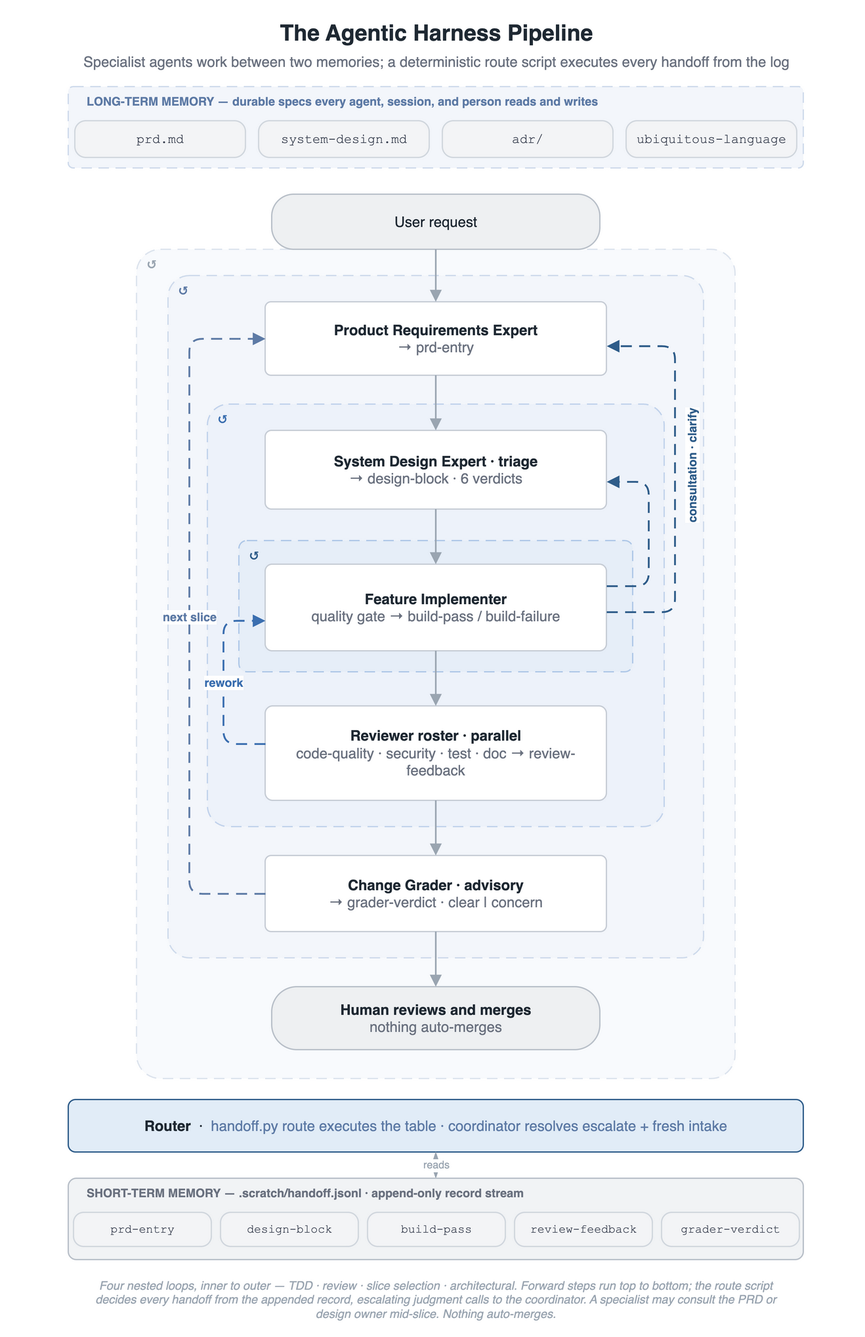
This is docs/images/pipeline-flow.drawio.png from woditschka/agentic-coding-reference, a draw.io export, as it was before one commit. Source tidied: cells renumbered, new cells last; positions are measured from the earlier drawing's top-left corner, leaving out a move shared by most shapes.
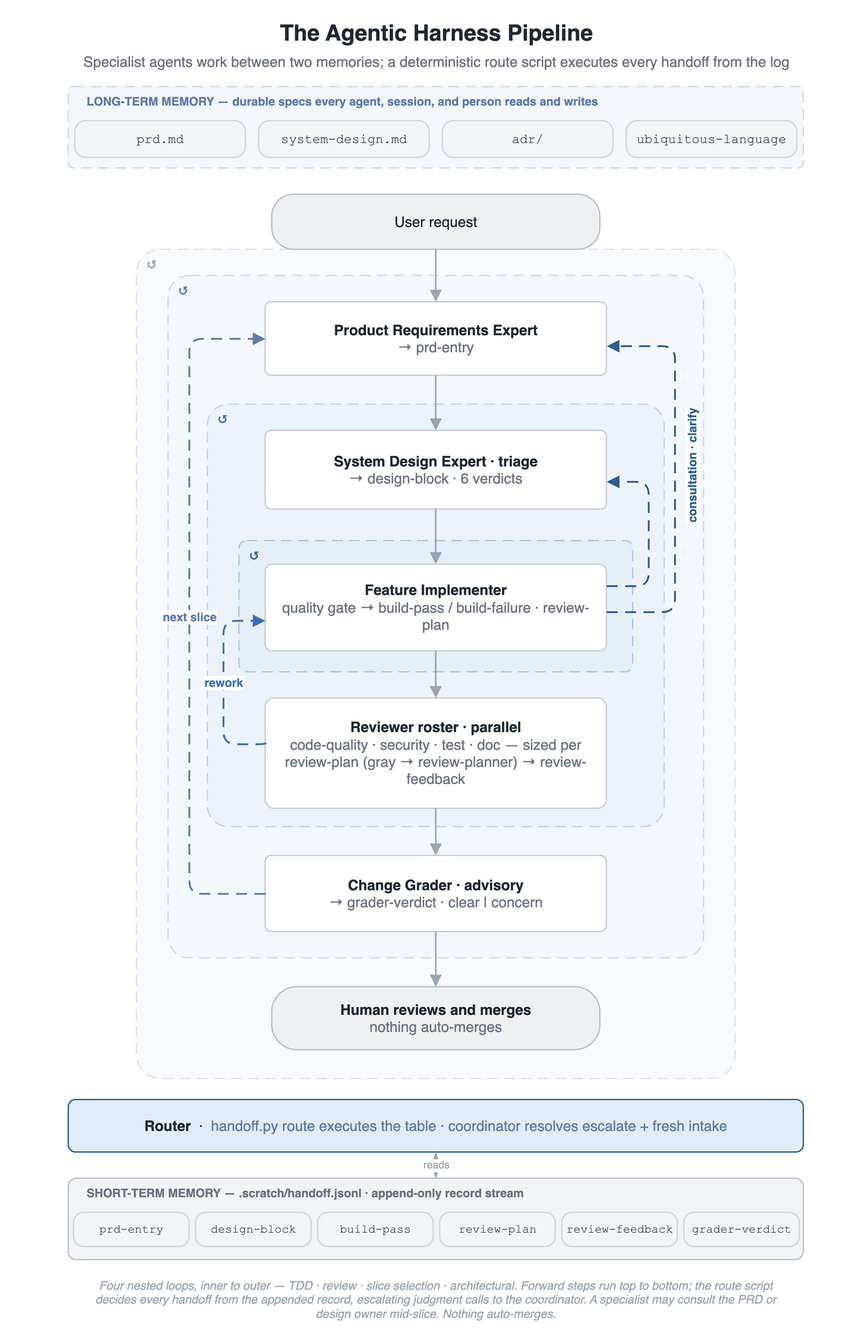
After the change.

The edit, as a diff of the source:
```diff
@@ -56,11 +56,11 @@
     <mxCell id="19" value="&lt;b&gt;System Design Expert · triage&lt;/b&gt;&lt;br&gt;&lt;font color=&quot;#6B7280&quot;&gt;→ design-block · 6 verdicts&lt;/font&gt;" style="rounded=1;arcSize=8;whiteSpace=wrap;html=1;fillColor=#FFFFFF;strokeColor=#C7CDD6;fontSize=11;fontColor=#1F2933;verticalAlign=middle;spacingLeft=8;spacingRight=8;" parent="1" vertex="1">
       <mxGeometry x="190" y="316" width="260" height="60" as="geometry" />
     </mxCell>
-    <mxCell id="20" value="&lt;b&gt;Feature Implementer&lt;/b&gt;&lt;br&gt;&lt;font color=&quot;#6B7280&quot;&gt;quality gate → build-pass / build-failure&lt;/font&gt;" style="rounded=1;arcSize=8;whiteSpace=wrap;html=1;fillColor=#FFFFFF;strokeColor=#C7CDD6;fontSize=11;fontColor=#1F2933;verticalAlign=middle;spacingLeft=8;spacingRight=8;" parent="1" vertex="1">
+    <mxCell id="20" value="&lt;b&gt;Feature Implementer&lt;/b&gt;&lt;br&gt;&lt;font color=&quot;#6B7280&quot;&gt;quality gate → build-pass / build-failure · review-plan&lt;/font&gt;" style="rounded=1;arcSize=8;whiteSpace=wrap;html=1;fillColor=#FFFFFF;strokeColor=#C7CDD6;fontSize=11;fontColor=#1F2933;verticalAlign=middle;spacingLeft=8;spacingRight=8;" parent="1" vertex="1">
       <mxGeometry x="190" y="418" width="260" height="66" as="geometry" />
     </mxCell>
-    <mxCell id="21" value="&lt;b&gt;Reviewer roster · parallel&lt;/b&gt;&lt;br&gt;&lt;font color=&quot;#6B7280&quot;&gt;code-quality · security · test · doc → review-feedback&lt;/font&gt;" style="rounded=1;arcSize=8;whiteSpace=wrap;html=1;fillColor=#FFFFFF;strokeColor=#C7CDD6;fontSize=11;fontColor=#1F2933;verticalAlign=middle;spacingLeft=8;spacingRight=8;" parent="1" vertex="1">
-      <mxGeometry x="190" y="526" width="260" height="72" as="geometry" />
+    <mxCell id="21" value="&lt;b&gt;Reviewer roster · parallel&lt;/b&gt;&lt;br&gt;&lt;font color=&quot;#6B7280&quot;&gt;code-quality · security · test · doc — sized per review-plan (gray → review-planner) → review-feedback&lt;/font&gt;" style="rounded=1;arcSize=8;whiteSpace=wrap;html=1;fillColor=#FFFFFF;strokeColor=#C7CDD6;fontSize=11;fontColor=#1F2933;verticalAlign=middle;spacingLeft=8;spacingRight=8;" parent="1" vertex="1">
+      <mxGeometry x="190" y="520" width="260" height="84" as="geometry" />
     </mxCell>
     <mxCell id="22" value="&lt;b&gt;Change Grader · advisory&lt;/b&gt;&lt;br&gt;&lt;font color=&quot;#6B7280&quot;&gt;→ grader-verdict · clear | concern&lt;/font&gt;" style="rounded=1;arcSize=8;whiteSpace=wrap;html=1;fillColor=#FFFFFF;strokeColor=#C7CDD6;fontSize=11;fontColor=#1F2933;verticalAlign=middle;spacingLeft=8;spacingRight=8;" parent="1" vertex="1">
       <mxGeometry x="190" y="640" width="260" height="58" as="geometry" />
@@ -131,19 +131,22 @@
       <mxGeometry x="40" y="886" width="560" height="62" as="geometry" />
     </mxCell>
     <mxCell id="38" value="prd-entry" style="rounded=1;arcSize=30;whiteSpace=wrap;html=1;fillColor=#F3F4F6;strokeColor=#D1D7DE;fontColor=#3B4252;fontSize=9;fontFamily=Courier New;" parent="1" vertex="1">
-      <mxGeometry x="44" y="912" width="105" height="26" as="geometry" />
+      <mxGeometry x="44" y="912" width="88" height="26" as="geometry" />
     </mxCell>
     <mxCell id="39" value="design-block" style="rounded=1;arcSize=30;whiteSpace=wrap;html=1;fillColor=#F3F4F6;strokeColor=#D1D7DE;fontColor=#3B4252;fontSize=9;fontFamily=Courier New;" parent="1" vertex="1">
-      <mxGeometry x="156" y="912" width="105" height="26" as="geometry" />
+      <mxGeometry x="137" y="912" width="88" height="26" as="geometry" />
     </mxCell>
     <mxCell id="40" value="build-pass" style="rounded=1;arcSize=30;whiteSpace=wrap;html=1;fillColor=#F3F4F6;strokeColor=#D1D7DE;fontColor=#3B4252;fontSize=9;fontFamily=Courier New;" parent="1" vertex="1">
-      <mxGeometry x="268" y="912" width="105" height="26" as="geometry" />
+      <mxGeometry x="230" y="912" width="88" height="26" as="geometry" />
     </mxCell>
+    <mxCell id="46" value="review-plan" style="rounded=1;arcSize=30;whiteSpace=wrap;html=1;fillColor=#F3F4F6;strokeColor=#D1D7DE;fontColor=#3B4252;fontSize=9;fontFamily=Courier New;" parent="1" vertex="1">
+      <mxGeometry x="323" y="912" width="88" height="26" as="geometry" />
+    </mxCell>
     <mxCell id="41" value="review-feedback" style="rounded=1;arcSize=30;whiteSpace=wrap;html=1;fillColor=#F3F4F6;strokeColor=#D1D7DE;fontColor=#3B4252;fontSize=9;fontFamily=Courier New;" parent="1" vertex="1">
-      <mxGeometry x="380" y="912" width="105" height="26" as="geometry" />
+      <mxGeometry x="416" y="912" width="88" height="26" as="geometry" />
     </mxCell>
     <mxCell id="42" value="grader-verdict" style="rounded=1;arcSize=30;whiteSpace=wrap;html=1;fillColor=#F3F4F6;strokeColor=#D1D7DE;fontColor=#3B4252;fontSize=9;fontFamily=Courier New;" parent="1" vertex="1">
-      <mxGeometry x="492" y="912" width="105" height="26" as="geometry" />
+      <mxGeometry x="509" y="912" width="88" height="26" as="geometry" />
     </mxCell>
     <mxCell id="43" value="Four nested loops, inner to outer — TDD · review · slice selection · architectural. Forward steps run top to bottom; the route script decides every handoff from the appended record, escalating judgment calls to the coordinator. A specialist may consult the PRD or design owner mid-slice. Nothing auto-merges." style="text;html=1;align=center;verticalAlign=middle;whiteSpace=wrap;fontSize=9;fontStyle=2;fontColor=#9AA5B1;" parent="1" vertex="1">
       <mxGeometry x="50" y="956" width="540" height="44" as="geometry" />
```
